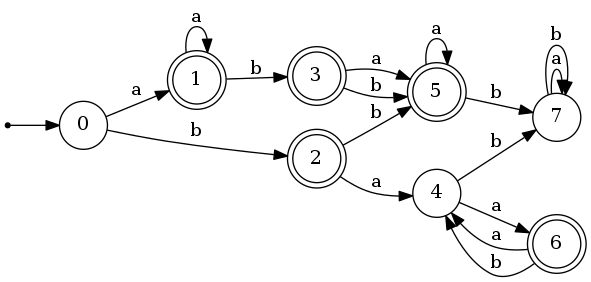
Earlier version of the Graphviz export resultat.png (JennyNg943/TheorieLangage). Its source is kept beside it as resultat.gv.
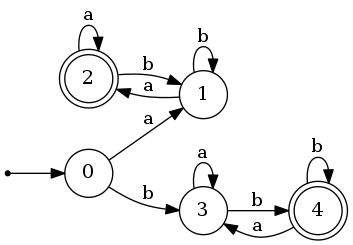
Above is the later version.

Diff of the diagram source:
```diff
@@ -2,27 +2,21 @@
 	rankdir=LR;
   	size="10,10"
 
-	node [shape = doublecircle]; 1 2 3 5 6 ;
+	node [shape = doublecircle]; 2 4 ;
 	node [shape = point ]; q;
 	node [shape = circle];
 
 	q -> 0;
 	0 -> 1 [label = "a"];
-	0 -> 2 [label = "b"];
-	1 -> 1 [label = "a"];
-	1 -> 3 [label = "b"];
-	2 -> 4 [label = "a"];
-	2 -> 5 [label = "b"];
-	3 -> 5 [label = "a"];
-	3 -> 5 [label = "b"];
-	4 -> 6 [label = "a"];
-	4 -> 7 [label = "b"];
-	5 -> 5 [label = "a"];
-	5 -> 7 [label = "b"];
-	6 -> 4 [label = "a"];
-	6 -> 4 [label = "b"];
-	7 -> 7 [label = "a"];
-	7 -> 7 [label = "b"];
+	0 -> 3 [label = "b"];
+	1 -> 2 [label = "a"];
+	1 -> 1 [label = "b"];
+	2 -> 2 [label = "a"];
+	2 -> 1 [label = "b"];
+	3 -> 3 [label = "a"];
+	3 -> 4 [label = "b"];
+	4 -> 3 [label = "a"];
+	4 -> 4 [label = "b"];
 
 
 }
```
